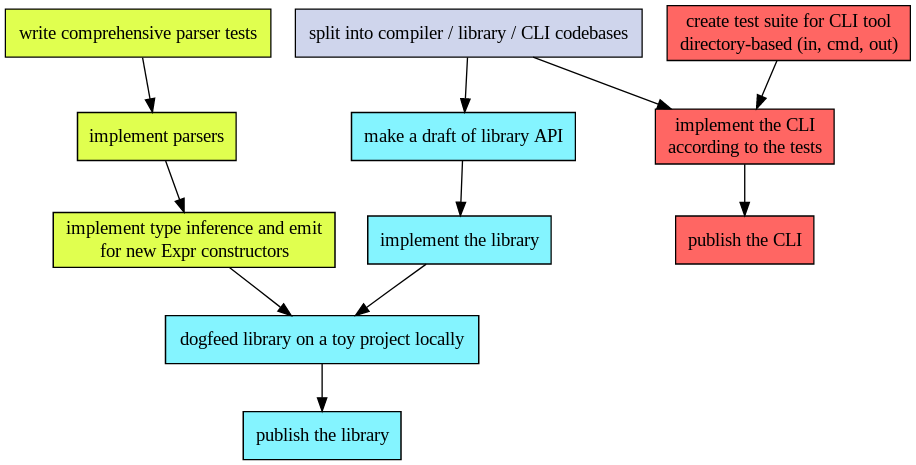
Earlier version of the Graphviz export assets/roadmap.png (elm-in-elm/compiler). Its source is kept beside it as assets/roadmap.dot.
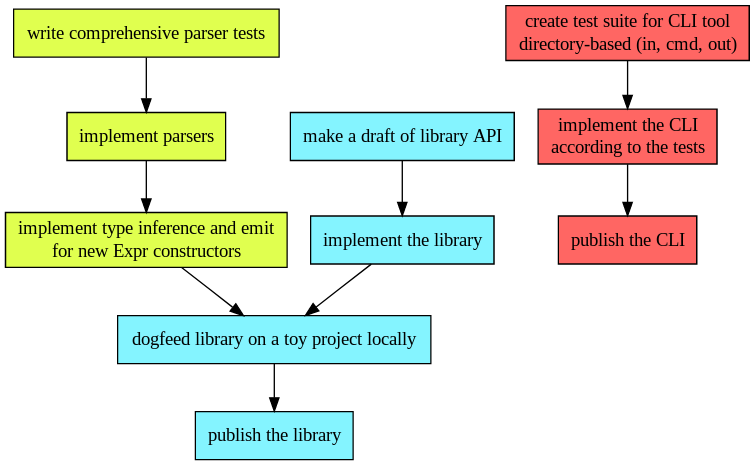
After the commit.

Diff of the diagram source:
```diff
@@ -7,11 +7,6 @@
         A[label="write comprehensive parser tests"]
         B[label="implement parsers"]
         C[label="implement type inference and emit\nfor new Expr constructors"]
-    }
-
-    {
-        node[style=filled,fillcolor="#cfd5ec"]
-        E[label="split into compiler / library / CLI codebases"]
     }
 
     {
@@ -32,8 +27,8 @@
 
     A -> B -> C
     C -> L
-    E -> F -> G -> L -> H
-    E -> I -> J
+    F -> G -> L -> H
+    I -> J
     K -> I
 
 }
```
